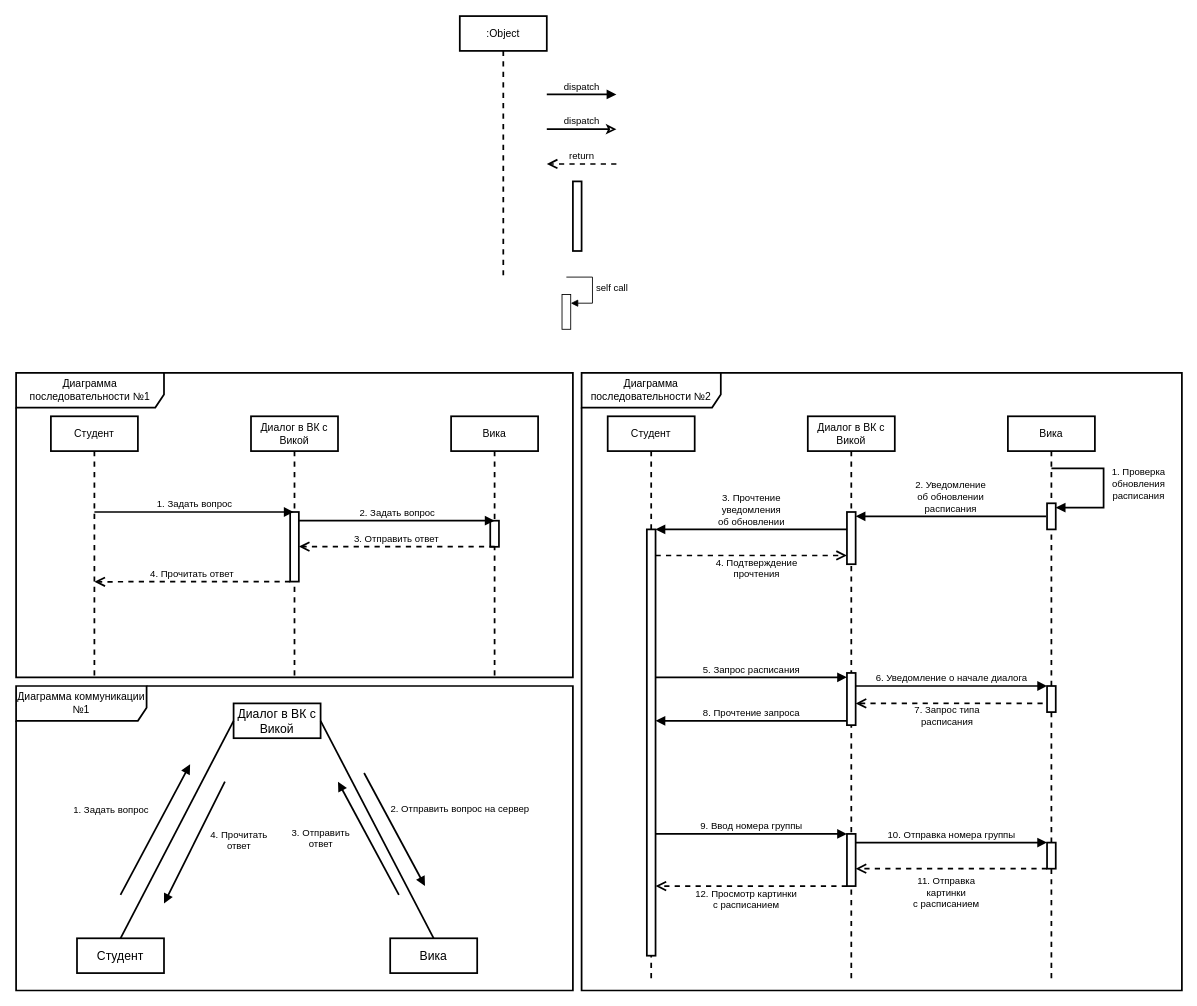
This is 1.drawio from Helpmepleaseitishard/Aikms, a draw.io file, before an edit. Source tidied: cells renumbered, new cells numbered last; positions are measured from the earlier drawing's top-left corner, leaving out a move shared by most shapes. Both pictures are drawn from the tidied source at 87%, with x=0, y=0 at pixel (16, 16).
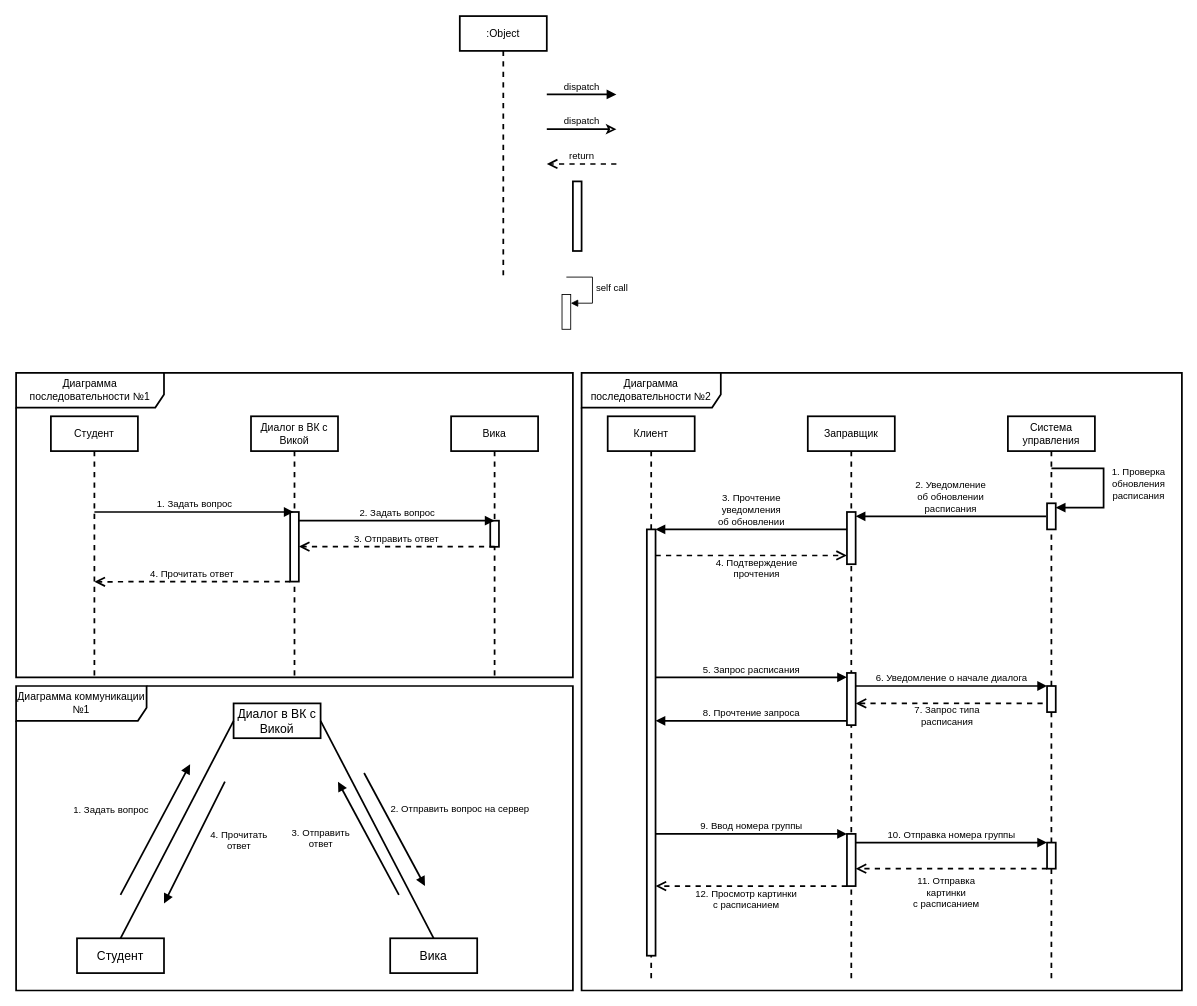
After the change.

The edit, as a diff of the source:
```diff
@@
-    <mxCell id="19" value="Студент" style="shape=umlLifeline;perimeter=lifelinePerimeter;whiteSpace=wrap;html=1;newEdgeStyle={&quot;curved&quot;:0,&quot;rounded&quot;:0};strokeWidth=2;" parent="1" vertex="1">
+    <mxCell id="19" value="Клиент" style="shape=umlLifeline;perimeter=lifelinePerimeter;whiteSpace=wrap;html=1;newEdgeStyle={&quot;curved&quot;:0,&quot;rounded&quot;:0};strokeWidth=2;" parent="1" vertex="1">
       <mxGeometry x="680" y="460" width="100" height="650" as="geometry" />
     </mxCell>
@@
-    <mxCell id="21" value="Диалог в ВК с Викой" style="shape=umlLifeline;perimeter=lifelinePerimeter;whiteSpace=wrap;html=1;newEdgeStyle={&quot;curved&quot;:0,&quot;rounded&quot;:0};strokeWidth=2;" parent="1" vertex="1">
+    <mxCell id="21" value="Заправщик" style="shape=umlLifeline;perimeter=lifelinePerimeter;whiteSpace=wrap;html=1;newEdgeStyle={&quot;curved&quot;:0,&quot;rounded&quot;:0};strokeWidth=2;" parent="1" vertex="1">
       <mxGeometry x="910" y="460" width="100" height="650" as="geometry" />
     </mxCell>
@@
-    <mxCell id="25" value="Вика" style="shape=umlLifeline;perimeter=lifelinePerimeter;whiteSpace=wrap;html=1;newEdgeStyle={&quot;curved&quot;:0,&quot;rounded&quot;:0};strokeWidth=2;" parent="1" vertex="1">
+    <mxCell id="25" value="Система управления" style="shape=umlLifeline;perimeter=lifelinePerimeter;whiteSpace=wrap;html=1;newEdgeStyle={&quot;curved&quot;:0,&quot;rounded&quot;:0};strokeWidth=2;" parent="1" vertex="1">
       <mxGeometry x="1140" y="460" width="100" height="650" as="geometry" />
     </mxCell>
```
